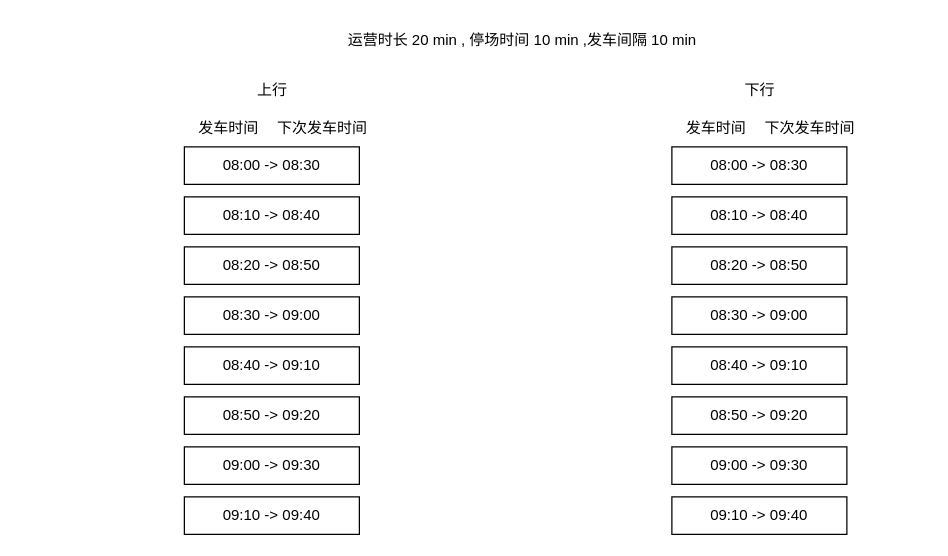
This is 未命名绘图.drawio from alwayChina/draw, a draw.io file, before an edit. Source tidied: cells renumbered, new cells numbered last; positions are measured from the earlier drawing's top-left corner, leaving out a move shared by most shapes. Both pictures are drawn from the tidied source at 125%, with x=0, y=0 at pixel (184, 21).
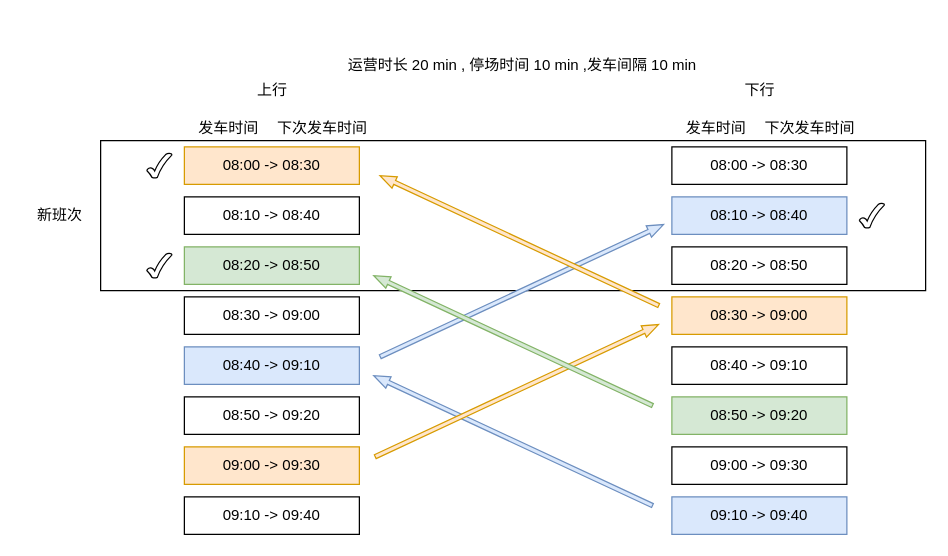
The same diagram, later.

Commit message (it also covers changes not shown here):
更新未命名绘图.drawio

What changed in the source:
```diff
@@
+    <mxCell id="25" style="verticalLabelPosition=bottom;verticalAlign=top;html=1;shape=mxgraph.basic.rect;fillColor2=none;strokeWidth=1;size=20;indent=5;fontColor=#f90606;" parent="1" vertex="1">
+      <mxGeometry x="-67" y="95" width="660" height="120" as="geometry" />
+    </mxCell>
-    <mxCell id="2" value="08:00 -&amp;gt; 08:30" style="rounded=0;whiteSpace=wrap;html=1;" parent="1" vertex="1">
+    <mxCell id="2" value="08:00 -&amp;gt; 08:30" style="rounded=0;whiteSpace=wrap;html=1;fillColor=#ffe6cc;strokeColor=#d79b00;" parent="1" vertex="1">
       <mxGeometry y="100" width="140" height="30" as="geometry" />
     </mxCell>
@@
-    <mxCell id="4" value="08:20 -&amp;gt; 08:50" style="rounded=0;whiteSpace=wrap;html=1;" parent="1" vertex="1">
+    <mxCell id="4" value="08:20 -&amp;gt; 08:50" style="rounded=0;whiteSpace=wrap;html=1;fillColor=#d5e8d4;strokeColor=#82b366;" parent="1" vertex="1">
       <mxGeometry y="180" width="140" height="30" as="geometry" />
     </mxCell>
@@
-    <mxCell id="6" value="08:40 -&amp;gt; 09:10" style="rounded=0;whiteSpace=wrap;html=1;" parent="1" vertex="1">
+    <mxCell id="6" value="08:40 -&amp;gt; 09:10" style="rounded=0;whiteSpace=wrap;html=1;fillColor=#dae8fc;strokeColor=#6c8ebf;" parent="1" vertex="1">
       <mxGeometry y="260" width="140" height="30" as="geometry" />
     </mxCell>
@@
-    <mxCell id="8" value="09:00 -&amp;gt; 09:30" style="rounded=0;whiteSpace=wrap;html=1;" parent="1" vertex="1">
+    <mxCell id="8" value="09:00 -&amp;gt; 09:30" style="rounded=0;whiteSpace=wrap;html=1;fillColor=#ffe6cc;strokeColor=#d79b00;" parent="1" vertex="1">
       <mxGeometry y="340" width="140" height="30" as="geometry" />
     </mxCell>
@@
     <mxCell id="10" value="运营时长 20 min , 停场时间 10 min ,发车间隔 10 min" style="text;html=1;align=center;verticalAlign=middle;strokeColor=none;fillColor=none;" parent="1" vertex="1">
-      <mxGeometry x="120" width="300" height="30" as="geometry" />
+      <mxGeometry x="120" y="20" width="300" height="30" as="geometry" />
     </mxCell>
@@
-    <mxCell id="15" value="08:10 -&amp;gt; 08:40" style="rounded=0;whiteSpace=wrap;html=1;" parent="1" vertex="1">
+    <mxCell id="15" value="08:10 -&amp;gt; 08:40" style="rounded=0;whiteSpace=wrap;html=1;fillColor=#dae8fc;strokeColor=#6c8ebf;" parent="1" vertex="1">
       <mxGeometry x="390" y="140" width="140" height="30" as="geometry" />
     </mxCell>
@@
-    <mxCell id="17" value="08:30 -&amp;gt; 09:00" style="rounded=0;whiteSpace=wrap;html=1;" parent="1" vertex="1">
+    <mxCell id="17" value="08:30 -&amp;gt; 09:00" style="rounded=0;whiteSpace=wrap;html=1;fillColor=#ffe6cc;strokeColor=#d79b00;" parent="1" vertex="1">
       <mxGeometry x="390" y="220" width="140" height="30" as="geometry" />
     </mxCell>
@@
-    <mxCell id="19" value="08:50 -&amp;gt; 09:20" style="rounded=0;whiteSpace=wrap;html=1;" parent="1" vertex="1">
+    <mxCell id="19" value="08:50 -&amp;gt; 09:20" style="rounded=0;whiteSpace=wrap;html=1;fillColor=#d5e8d4;strokeColor=#82b366;" parent="1" vertex="1">
       <mxGeometry x="390" y="300" width="140" height="30" as="geometry" />
     </mxCell>
@@
-    <mxCell id="21" value="09:10 -&amp;gt; 09:40" style="rounded=0;whiteSpace=wrap;html=1;" parent="1" vertex="1">
+    <mxCell id="21" value="09:10 -&amp;gt; 09:40" style="rounded=0;whiteSpace=wrap;html=1;fillColor=#dae8fc;strokeColor=#6c8ebf;" parent="1" vertex="1">
       <mxGeometry x="390" y="380" width="140" height="30" as="geometry" />
     </mxCell>
@@
+    <mxCell id="26" style="html=1;shadow=0;dashed=0;align=center;verticalAlign=middle;shape=mxgraph.arrows2.arrow;dy=0.66;dx=12.92;notch=0;rotation=-155;fillColor=#dae8fc;strokeColor=#6c8ebf;" parent="1" vertex="1">
+      <mxGeometry x="140" y="330" width="246" height="10" as="geometry" />
+    </mxCell>
+    <mxCell id="27" style="html=1;shadow=0;dashed=0;align=center;verticalAlign=middle;shape=mxgraph.arrows2.arrow;dy=0.66;dx=12.92;notch=0;rotation=-25;fillColor=#dae8fc;strokeColor=#6c8ebf;" parent="1" vertex="1">
+      <mxGeometry x="145" y="210" width="250" height="10" as="geometry" />
+    </mxCell>
+    <mxCell id="28" style="html=1;shadow=0;dashed=0;align=center;verticalAlign=middle;shape=mxgraph.arrows2.arrow;dy=0.66;dx=12.92;notch=0;rotation=-155;fillColor=#ffe6cc;strokeColor=#d79b00;" parent="1" vertex="1">
+      <mxGeometry x="145" y="170" width="246" height="10" as="geometry" />
+    </mxCell>
+    <mxCell id="29" style="html=1;shadow=0;dashed=0;align=center;verticalAlign=middle;shape=mxgraph.arrows2.arrow;dy=0.66;dx=12.92;notch=0;rotation=-25;fillColor=#ffe6cc;strokeColor=#d79b00;" parent="1" vertex="1">
+      <mxGeometry x="141" y="290" width="250" height="10" as="geometry" />
+    </mxCell>
+    <mxCell id="30" style="html=1;shadow=0;dashed=0;align=center;verticalAlign=middle;shape=mxgraph.arrows2.arrow;dy=0.66;dx=12.92;notch=0;rotation=-155;fillColor=#d5e8d4;strokeColor=#82b366;" parent="1" vertex="1">
+      <mxGeometry x="140" y="250" width="246" height="10" as="geometry" />
+    </mxCell>
+    <mxCell id="31" style="verticalLabelPosition=bottom;verticalAlign=top;html=1;shape=mxgraph.basic.tick;fontColor=#108bea;" parent="1" vertex="1">
+      <mxGeometry x="-30" y="185" width="20" height="20" as="geometry" />
+    </mxCell>
+    <mxCell id="32" style="verticalLabelPosition=bottom;verticalAlign=top;html=1;shape=mxgraph.basic.tick;fontColor=#108bea;" parent="1" vertex="1">
+      <mxGeometry x="-30" y="105" width="20" height="20" as="geometry" />
+    </mxCell>
+    <mxCell id="33" style="verticalLabelPosition=bottom;verticalAlign=top;html=1;shape=mxgraph.basic.tick;fontColor=#108bea;" parent="1" vertex="1">
+      <mxGeometry x="540" y="145" width="20" height="20" as="geometry" />
+    </mxCell>
+    <mxCell id="34" value="新班次" style="text;html=1;align=center;verticalAlign=middle;strokeColor=none;fillColor=none;fontColor=#000000;" parent="1" vertex="1">
+      <mxGeometry x="-130" y="140" width="60" height="30" as="geometry" />
+    </mxCell>
```
